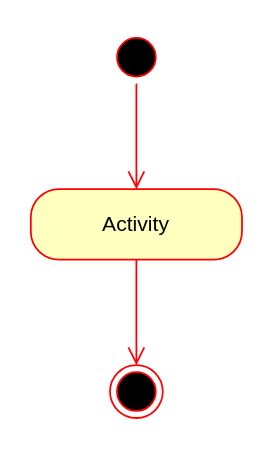
ucudal/ANDIS_Conceptos keeps this draw.io diagram as diagrams/Activity_Diagram_Start_End_Action.drawio. Above is the earlier version. Source tidied: cells renumbered, new cells numbered last; positions are measured from the earlier drawing's top-left corner, leaving out a move shared by most shapes. Both pictures are drawn from the tidied source at 176%, with x=0, y=0 at pixel (30, 30).
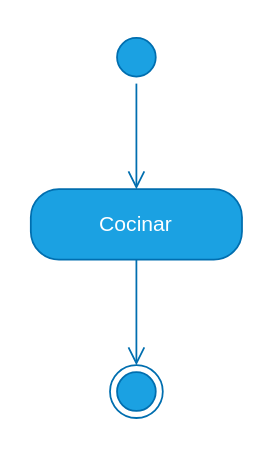
The same page after the edit.

Diff of the diagram source:
```diff
@@
 <mxGraphModel>
   <root>
     <mxCell id="0" />
     <mxCell id="1" parent="0" />
-    <mxCell id="2" style="ellipse;html=1;shape=startState;fillColor=#000000;strokeColor=#ff0000;" parent="1" vertex="1">
+    <mxCell id="2" style="ellipse;html=1;shape=startState;fillColor=#1ba1e2;strokeColor=#006EAF;fontColor=#ffffff;" parent="1" vertex="1">
       <mxGeometry x="45" width="30" height="30" as="geometry" />
     </mxCell>
-    <mxCell id="3" style="edgeStyle=orthogonalEdgeStyle;html=1;verticalAlign=bottom;endArrow=open;endSize=8;strokeColor=#ff0000;" parent="1" edge="1" source="2" target="4">
+    <mxCell id="3" style="edgeStyle=orthogonalEdgeStyle;html=1;verticalAlign=bottom;endArrow=open;endSize=8;strokeColor=#006EAF;fillColor=#1ba1e2;" parent="1" edge="1" source="2" target="4">
       <mxGeometry relative="1" as="geometry" />
     </mxCell>
-    <mxCell id="4" value="Activity" style="rounded=1;whiteSpace=wrap;html=1;arcSize=40;fontColor=#000000;fillColor=#ffffc0;strokeColor=#ff0000;" parent="1" vertex="1">
+    <mxCell id="4" value="Cocinar" style="rounded=1;whiteSpace=wrap;html=1;arcSize=40;fontColor=#ffffff;fillColor=#1ba1e2;strokeColor=#006EAF;" parent="1" vertex="1">
       <mxGeometry y="90" width="120" height="40" as="geometry" />
     </mxCell>
-    <mxCell id="5" style="edgeStyle=orthogonalEdgeStyle;html=1;verticalAlign=bottom;endArrow=open;endSize=8;strokeColor=#ff0000;entryX=0.5;entryY=0;entryDx=0;entryDy=0;" parent="1" edge="1" source="4" target="6">
+    <mxCell id="5" style="edgeStyle=orthogonalEdgeStyle;html=1;verticalAlign=bottom;endArrow=open;endSize=8;strokeColor=#006EAF;entryX=0.5;entryY=0;entryDx=0;entryDy=0;fillColor=#1ba1e2;" parent="1" edge="1" source="4" target="6">
       <mxGeometry relative="1" as="geometry" />
     </mxCell>
-    <mxCell id="6" style="ellipse;html=1;shape=endState;fillColor=#000000;strokeColor=#ff0000;" parent="1" vertex="1">
+    <mxCell id="6" style="ellipse;html=1;shape=endState;fillColor=#1ba1e2;strokeColor=#006EAF;fontColor=#ffffff;" parent="1" vertex="1">
       <mxGeometry x="45" y="190" width="30" height="30" as="geometry" />
     </mxCell>
   </root>
 </mxGraphModel>
```
